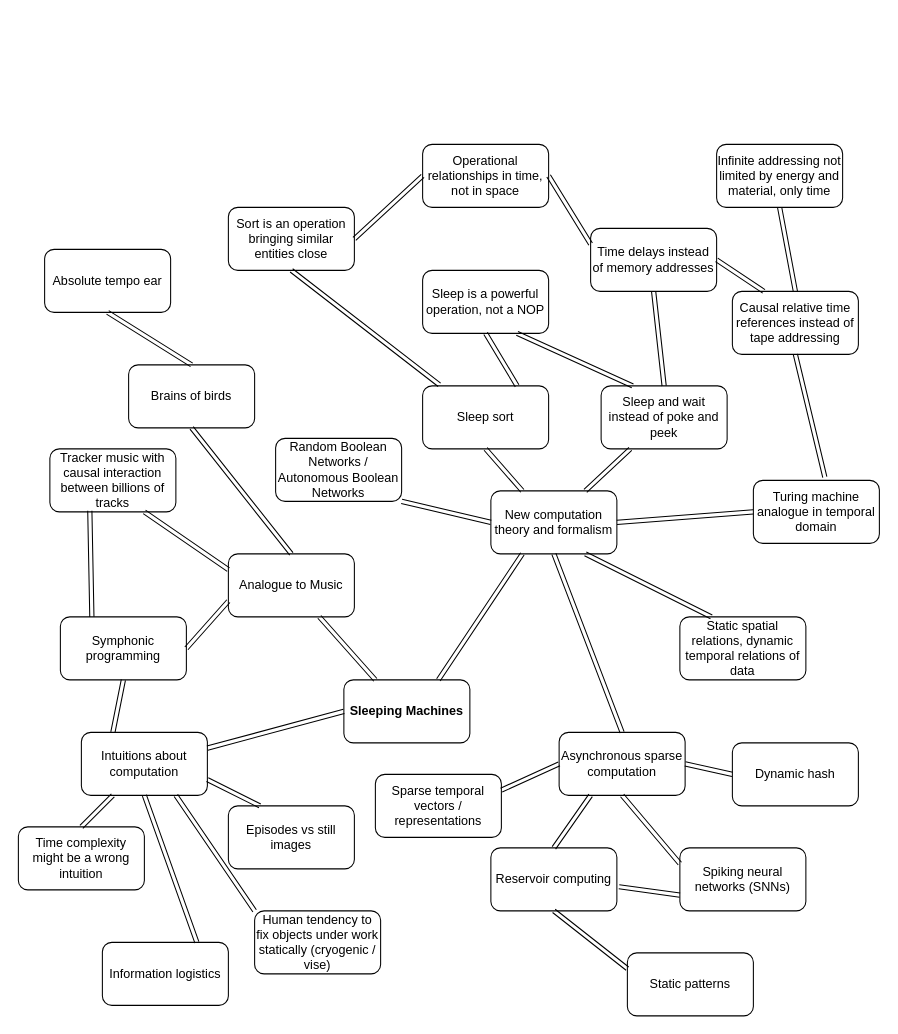
Above: sleeping_machines.drawio in keskival/sleeping_machines (draw.io), before the change. Source tidied: cells renumbered, new cells numbered last; positions are measured from the earlier drawing's top-left corner, leaving out a move shared by most shapes. Both pictures are drawn from the tidied source at 105%, with x=0, y=0 at pixel (18, 144).
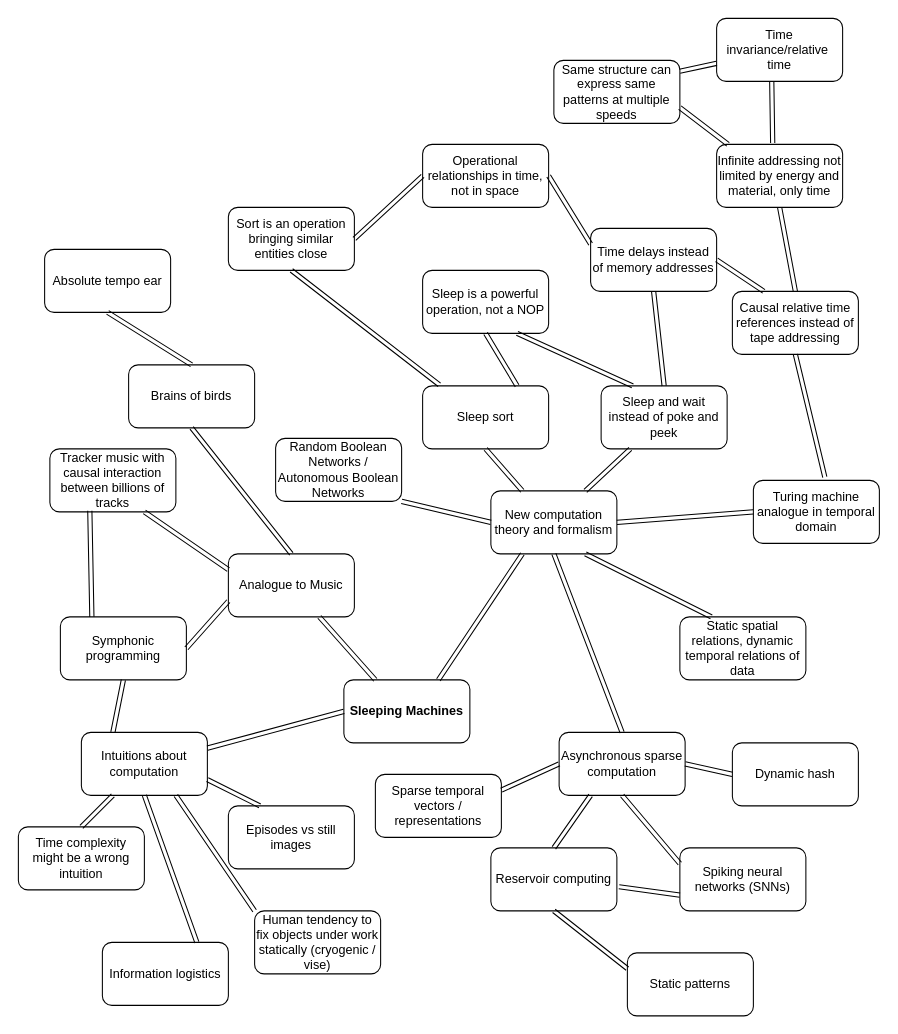
The same diagram, later.

Commit message:
Added mention about time invariance to the diagram.

The change refers to these unchanged cells:
```xml
<mxCell id="51" value="Infinite addressing not limited by energy and material, only time" style="rounded=1;whiteSpace=wrap;html=1;" parent="1" vertex="1">
  <mxGeometry x="665" width="120" height="60" as="geometry" />
</mxCell>
```

Change to the diagram source:
```diff
@@
+    <mxCell id="65" value="Time invariance/relative&amp;nbsp; time" style="rounded=1;whiteSpace=wrap;html=1;" parent="1" vertex="1">
+      <mxGeometry x="665" y="-120" width="120" height="60" as="geometry" />
+    </mxCell>
+    <mxCell id="66" style="shape=link;html=1;entryX=0.445;entryY=-0.023;entryDx=0;entryDy=0;exitX=0.5;exitY=1;exitDx=0;exitDy=0;entryPerimeter=0;" parent="1" edge="1" target="51">
+      <mxGeometry relative="1" as="geometry">
+        <mxPoint x="717.5" y="-60" as="sourcePoint" />
+      </mxGeometry>
+    </mxCell>
+    <mxCell id="67" value="Same structure can express same patterns at multiple speeds" style="rounded=1;whiteSpace=wrap;html=1;" parent="1" vertex="1">
+      <mxGeometry x="510" y="-80" width="120" height="60" as="geometry" />
+    </mxCell>
+    <mxCell id="68" style="shape=link;html=1;entryX=0.999;entryY=0.172;entryDx=0;entryDy=0;entryPerimeter=0;" parent="1" edge="1" source="65" target="67">
+      <mxGeometry relative="1" as="geometry" />
+    </mxCell>
+    <mxCell id="69" style="shape=link;html=1;entryX=0.445;entryY=-0.023;entryDx=0;entryDy=0;exitX=1;exitY=0.75;exitDx=0;exitDy=0;entryPerimeter=0;" parent="1" edge="1" source="67">
+      <mxGeometry relative="1" as="geometry">
+        <mxPoint x="675.9" as="targetPoint" />
+      </mxGeometry>
+    </mxCell>
```
